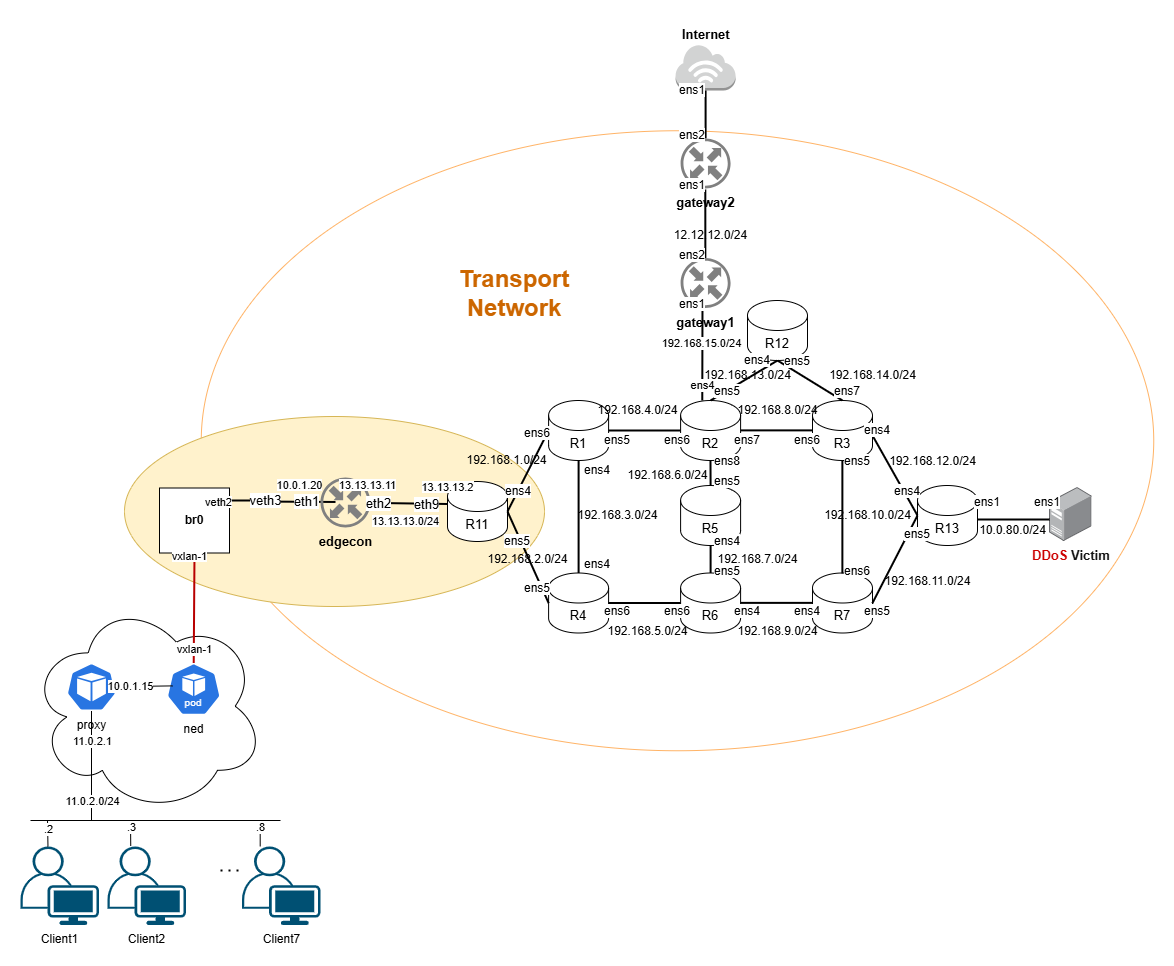
Above: deployment-kne/mouseworld_topology/topology.png in Mouseworld-Lab/NDT-EDGE (draw.io), before the change. Source tidied: cells renumbered, new cells last; positions are measured from the earlier drawing's top-left corner, leaving out a move shared by most shapes.
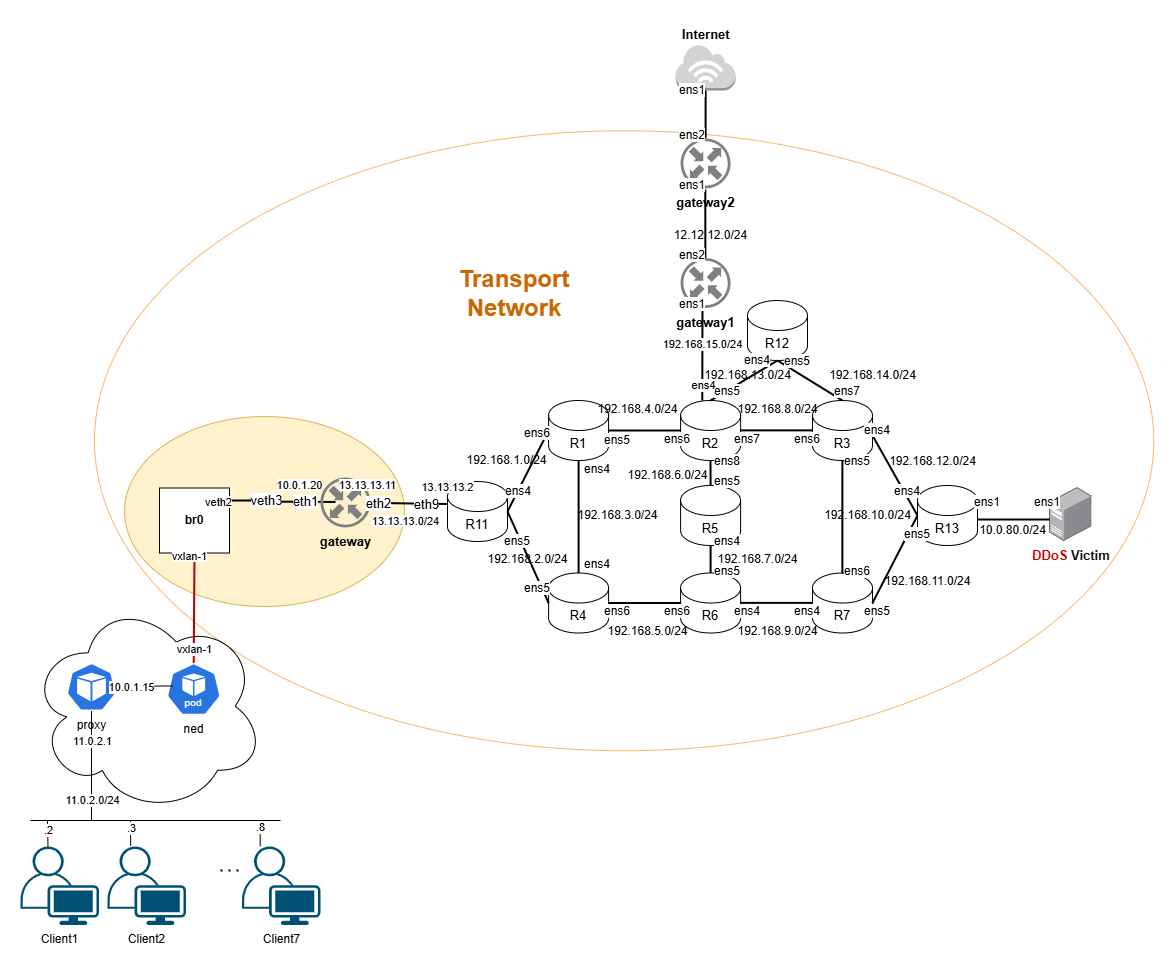
Above is the later version.

The edit, as a diff of the source:
```diff
@@ -3,10 +3,10 @@
     <mxCell id="0" />
     <mxCell id="1" parent="0" />
     <mxCell id="2" style="ellipse;whiteSpace=wrap;html=1;strokeColor=#FFB366;" parent="1" vertex="1">
-      <mxGeometry x="180.8" y="110.2" width="952.5" height="620" as="geometry" />
+      <mxGeometry x="74" y="110.2" width="1059.2" height="620" as="geometry" />
     </mxCell>
     <mxCell id="3" style="ellipse;whiteSpace=wrap;html=1;fillColor=#fff2cc;strokeColor=#d6b656;" parent="1" vertex="1">
-      <mxGeometry x="104" y="396" width="420" height="190" as="geometry" />
+      <mxGeometry x="104" y="396" width="280" height="190" as="geometry" />
     </mxCell>
     <mxCell id="4" style="endArrow=none;html=1;rounded=0;strokeColor=default;align=center;verticalAlign=middle;fontFamily=Helvetica;fontSize=13;fontColor=default;labelBackgroundColor=default;strokeWidth=2;fontStyle=0;endFill=0;" parent="1" edge="1">
       <mxGeometry relative="1" as="geometry">
@@ -374,7 +374,7 @@
     <mxCell id="110" value="&lt;span style=&quot;background-color: light-dark(#ffffff, var(--ge-dark-color, #121212));&quot;&gt;ens1&lt;/span&gt;" style="text;html=1;align=center;verticalAlign=middle;whiteSpace=wrap;rounded=0;" parent="1" vertex="1">
       <mxGeometry x="937" y="467" width="60" height="30" as="geometry" />
     </mxCell>
-    <mxCell id="111" value="edgecon" style="fillColor=#808080;sketch=0;shadow=0;dashed=0;html=1;strokeColor=none;labelPosition=center;verticalLabelPosition=bottom;outlineConnect=0;verticalAlign=top;align=center;shape=mxgraph.openstack.neutron_router;fontSize=13;fontStyle=1;" parent="1" vertex="1">
+    <mxCell id="111" value="gateway" style="fillColor=#808080;sketch=0;shadow=0;dashed=0;html=1;strokeColor=none;labelPosition=center;verticalLabelPosition=bottom;outlineConnect=0;verticalAlign=top;align=center;shape=mxgraph.openstack.neutron_router;fontSize=13;fontStyle=1;" parent="1" vertex="1">
       <mxGeometry x="300" y="457" width="50" height="50" as="geometry" />
     </mxCell>
     <mxCell id="112" style="rounded=0;jettySize=auto;html=1;endArrow=none;endFill=0;strokeWidth=2;fontSize=13;fontStyle=0;entryX=0;entryY=0;entryDx=0;entryDy=22.5;entryPerimeter=0;strokeColor=default;align=center;verticalAlign=middle;fontFamily=Helvetica;fontColor=default;labelBackgroundColor=default;" parent="1" edge="1" source="111" target="16">
```
